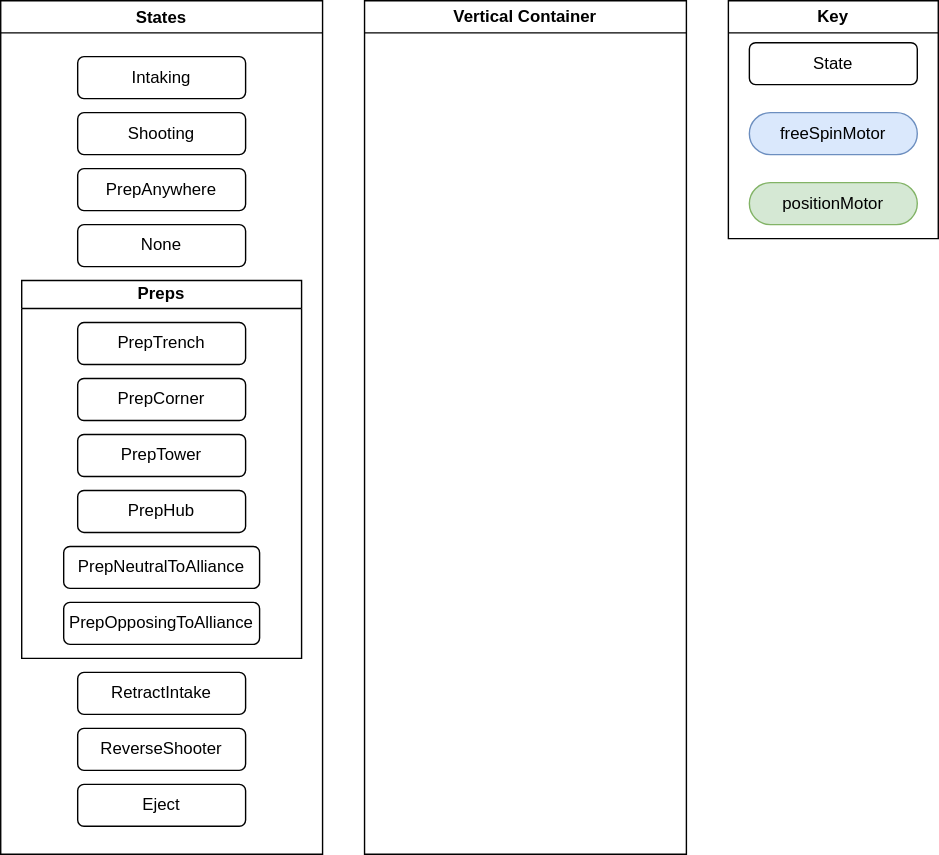
Above: robot.drawio.svg in FRCTeam3255/2026_Offbot_Code (draw.io), before the change. Source tidied: cells renumbered, new cells last; positions are measured from the earlier drawing's top-left corner, leaving out a move shared by most shapes. Source of this version:
```xml
<mxGraphModel>
  <root>
    <mxCell id="0" />
    <mxCell id="1" parent="0" />
    <mxCell id="2" value="States" style="swimlane;" parent="1" vertex="1">
      <mxGeometry width="230" height="610" as="geometry" />
    </mxCell>
    <mxCell id="3" value="Intaking" style="rounded=1;whiteSpace=wrap;html=1;" parent="2" vertex="1">
      <mxGeometry x="55" y="40" width="120" height="30" as="geometry" />
    </mxCell>
    <mxCell id="4" value="Shooting" style="rounded=1;whiteSpace=wrap;html=1;" parent="2" vertex="1">
      <mxGeometry x="55" y="80" width="120" height="30" as="geometry" />
    </mxCell>
    <mxCell id="5" value="PrepAnywhere" style="rounded=1;whiteSpace=wrap;html=1;" parent="2" vertex="1">
      <mxGeometry x="55" y="120" width="120" height="30" as="geometry" />
    </mxCell>
    <mxCell id="6" value="None" style="rounded=1;whiteSpace=wrap;html=1;" parent="2" vertex="1">
      <mxGeometry x="55" y="160" width="120" height="30" as="geometry" />
    </mxCell>
    <mxCell id="7" value="Preps" style="swimlane;whiteSpace=wrap;html=1;startSize=20;" parent="2" vertex="1">
      <mxGeometry x="15" y="200" width="200" height="270" as="geometry" />
    </mxCell>
    <mxCell id="8" value="PrepTrench" style="rounded=1;whiteSpace=wrap;html=1;" parent="7" vertex="1">
      <mxGeometry x="40" y="30" width="120" height="30" as="geometry" />
    </mxCell>
    <mxCell id="9" value="PrepCorner" style="rounded=1;whiteSpace=wrap;html=1;" parent="7" vertex="1">
      <mxGeometry x="40" y="70" width="120" height="30" as="geometry" />
    </mxCell>
    <mxCell id="10" value="PrepTower" style="rounded=1;whiteSpace=wrap;html=1;" parent="7" vertex="1">
      <mxGeometry x="40" y="110" width="120" height="30" as="geometry" />
    </mxCell>
    <mxCell id="11" value="PrepHub" style="rounded=1;whiteSpace=wrap;html=1;" parent="7" vertex="1">
      <mxGeometry x="40" y="150" width="120" height="30" as="geometry" />
    </mxCell>
    <mxCell id="12" value="PrepNeutralToAlliance" style="rounded=1;whiteSpace=wrap;html=1;" parent="7" vertex="1">
      <mxGeometry x="30" y="190" width="140" height="30" as="geometry" />
    </mxCell>
    <mxCell id="13" value="PrepOpposingToAlliance" style="rounded=1;whiteSpace=wrap;html=1;" parent="7" vertex="1">
      <mxGeometry x="30" y="230" width="140" height="30" as="geometry" />
    </mxCell>
    <mxCell id="14" value="RetractIntake" style="rounded=1;whiteSpace=wrap;html=1;" parent="2" vertex="1">
      <mxGeometry x="55" y="480" width="120" height="30" as="geometry" />
    </mxCell>
    <mxCell id="15" value="ReverseShooter" style="rounded=1;whiteSpace=wrap;html=1;" parent="2" vertex="1">
      <mxGeometry x="55" y="520" width="120" height="30" as="geometry" />
    </mxCell>
    <mxCell id="16" value="Eject" style="rounded=1;whiteSpace=wrap;html=1;" parent="2" vertex="1">
      <mxGeometry x="55" y="560" width="120" height="30" as="geometry" />
    </mxCell>
    <mxCell id="17" value="Key" style="swimlane;whiteSpace=wrap;html=1;" parent="1" vertex="1">
      <mxGeometry x="520" width="150" height="170" as="geometry" />
    </mxCell>
    <mxCell id="18" value="State" style="rounded=1;whiteSpace=wrap;html=1;" parent="17" vertex="1">
      <mxGeometry x="15" y="30" width="120" height="30" as="geometry" />
    </mxCell>
    <mxCell id="19" value="freeSpinMotor" style="rounded=1;whiteSpace=wrap;html=1;arcSize=50;fillColor=#dae8fc;strokeColor=#6c8ebf;" parent="17" vertex="1">
      <mxGeometry x="15" y="80" width="120" height="30" as="geometry" />
    </mxCell>
    <mxCell id="20" value="positionMotor" style="rounded=1;whiteSpace=wrap;html=1;arcSize=50;fillColor=#d5e8d4;strokeColor=#82b366;" parent="17" vertex="1">
      <mxGeometry x="15" y="130" width="120" height="30" as="geometry" />
    </mxCell>
    <mxCell id="21" value="Vertical Container" style="swimlane;whiteSpace=wrap;html=1;" parent="1" vertex="1">
      <mxGeometry x="260" width="230" height="610" as="geometry" />
    </mxCell>
  </root>
</mxGraphModel>
```
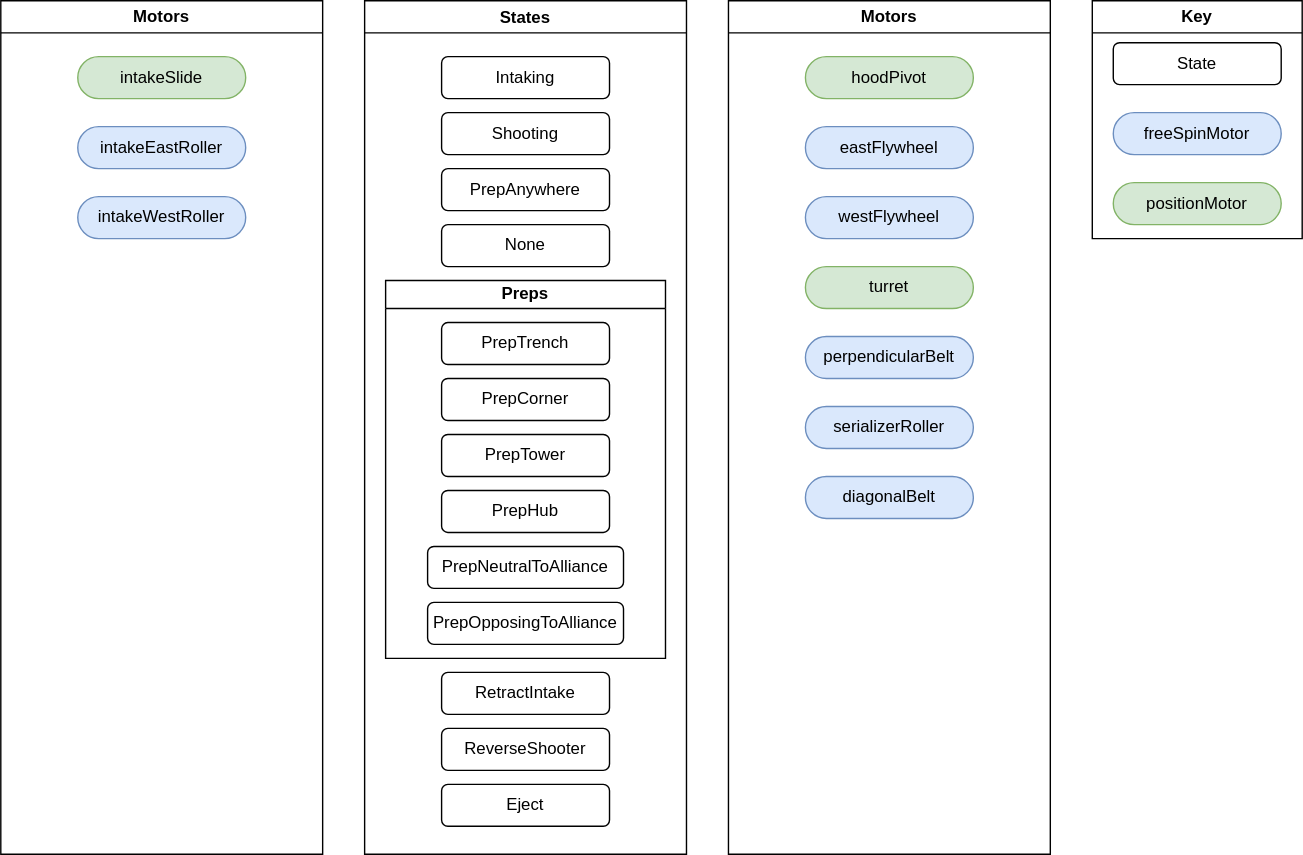
After the change.

Commit message:
copy tldraw

Diff of the diagram source:
```diff
@@ -59,8 +59,41 @@
     <mxCell id="20" value="positionMotor" style="rounded=1;whiteSpace=wrap;html=1;arcSize=50;fillColor=#d5e8d4;strokeColor=#82b366;" parent="17" vertex="1">
       <mxGeometry x="15" y="130" width="120" height="30" as="geometry" />
     </mxCell>
-    <mxCell id="21" value="Vertical Container" style="swimlane;whiteSpace=wrap;html=1;" parent="1" vertex="1">
+    <mxCell id="21" value="Motors" style="swimlane;whiteSpace=wrap;html=1;" parent="1" vertex="1">
       <mxGeometry x="260" width="230" height="610" as="geometry" />
     </mxCell>
+    <mxCell id="22" value="eastFlywheel" style="rounded=1;whiteSpace=wrap;html=1;arcSize=50;fillColor=#dae8fc;strokeColor=#6c8ebf;" parent="21" vertex="1">
+      <mxGeometry x="55" y="90" width="120" height="30" as="geometry" />
+    </mxCell>
+    <mxCell id="23" value="hoodPivot" style="rounded=1;whiteSpace=wrap;html=1;arcSize=50;fillColor=#d5e8d4;strokeColor=#82b366;" parent="21" vertex="1">
+      <mxGeometry x="55" y="40" width="120" height="30" as="geometry" />
+    </mxCell>
+    <mxCell id="24" value="westFlywheel" style="rounded=1;whiteSpace=wrap;html=1;arcSize=50;fillColor=#dae8fc;strokeColor=#6c8ebf;" parent="21" vertex="1">
+      <mxGeometry x="55" y="140" width="120" height="30" as="geometry" />
+    </mxCell>
+    <mxCell id="25" value="perpendicularBelt" style="rounded=1;whiteSpace=wrap;html=1;arcSize=50;fillColor=#dae8fc;strokeColor=#6c8ebf;" parent="21" vertex="1">
+      <mxGeometry x="55" y="240" width="120" height="30" as="geometry" />
+    </mxCell>
+    <mxCell id="26" value="turret" style="rounded=1;whiteSpace=wrap;html=1;arcSize=50;fillColor=#d5e8d4;strokeColor=#82b366;" parent="21" vertex="1">
+      <mxGeometry x="55" y="190" width="120" height="30" as="geometry" />
+    </mxCell>
+    <mxCell id="27" value="serializerRoller" style="rounded=1;whiteSpace=wrap;html=1;arcSize=50;fillColor=#dae8fc;strokeColor=#6c8ebf;" parent="21" vertex="1">
+      <mxGeometry x="55" y="290" width="120" height="30" as="geometry" />
+    </mxCell>
+    <mxCell id="28" value="diagonalBelt" style="rounded=1;whiteSpace=wrap;html=1;arcSize=50;fillColor=#dae8fc;strokeColor=#6c8ebf;" parent="21" vertex="1">
+      <mxGeometry x="55" y="340" width="120" height="30" as="geometry" />
+    </mxCell>
+    <mxCell id="29" value="Motors" style="swimlane;whiteSpace=wrap;html=1;" parent="1" vertex="1">
+      <mxGeometry x="-260" width="230" height="610" as="geometry" />
+    </mxCell>
+    <mxCell id="30" value="intakeEastRoller" style="rounded=1;whiteSpace=wrap;html=1;arcSize=50;fillColor=#dae8fc;strokeColor=#6c8ebf;" parent="29" vertex="1">
+      <mxGeometry x="55" y="90" width="120" height="30" as="geometry" />
+    </mxCell>
+    <mxCell id="31" value="intakeSlide" style="rounded=1;whiteSpace=wrap;html=1;arcSize=50;fillColor=#d5e8d4;strokeColor=#82b366;" parent="29" vertex="1">
+      <mxGeometry x="55" y="40" width="120" height="30" as="geometry" />
+    </mxCell>
+    <mxCell id="32" value="intakeWestRoller" style="rounded=1;whiteSpace=wrap;html=1;arcSize=50;fillColor=#dae8fc;strokeColor=#6c8ebf;" parent="29" vertex="1">
+      <mxGeometry x="55" y="140" width="120" height="30" as="geometry" />
+    </mxCell>
   </root>
 </mxGraphModel>
```
